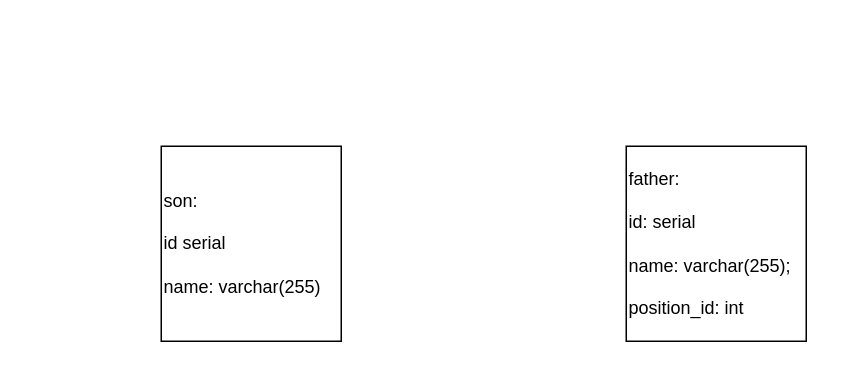
Earlier version of the draw.io diagram data/Diagram many-to-one.drawio (voldomarich/job4j_design). Source tidied: cells renumbered, new cells numbered last; positions are measured from the earlier drawing's top-left corner, leaving out a move shared by most shapes. Both pictures are drawn from the tidied source at 150%, with x=0, y=0 at pixel (160, 146).
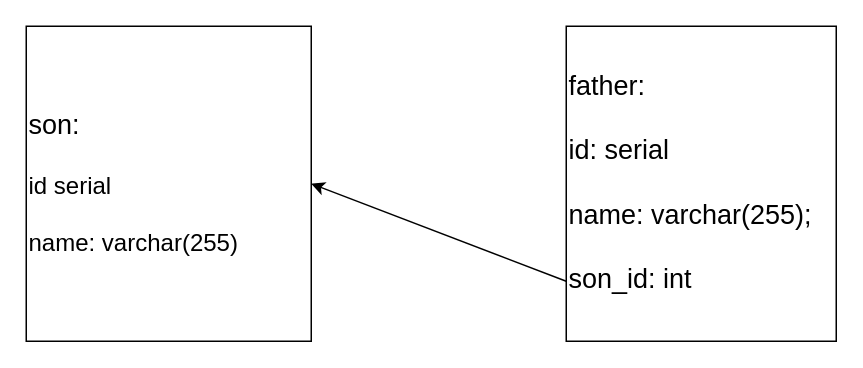
After the change.

Diff of the diagram source:
```diff
@@
 <mxGraphModel>
   <root>
     <mxCell id="0" />
     <mxCell id="1" parent="0" />
-    <mxCell id="2" value="&lt;div style=&quot;&quot;&gt;&lt;span style=&quot;background-color: initial;&quot;&gt;son:&lt;/span&gt;&lt;/div&gt;&lt;div style=&quot;&quot;&gt;&lt;span style=&quot;background-color: initial;&quot;&gt;&lt;br&gt;&lt;/span&gt;&lt;/div&gt;&lt;div style=&quot;&quot;&gt;&lt;span style=&quot;background-color: initial;&quot;&gt;id serial&lt;/span&gt;&lt;/div&gt;&lt;div style=&quot;&quot;&gt;&lt;span style=&quot;background-color: initial;&quot;&gt;&lt;br&gt;&lt;/span&gt;&lt;/div&gt;&lt;div style=&quot;&quot;&gt;&lt;span style=&quot;background-color: initial;&quot;&gt;name: varchar(255)&lt;/span&gt;&lt;/div&gt;" style="rounded=0;whiteSpace=wrap;html=1;align=left;" parent="1" vertex="1">
-      <mxGeometry width="120" height="130" as="geometry" />
+    <mxCell id="2" value="&lt;div style=&quot;&quot;&gt;&lt;span style=&quot;background-color: initial;&quot;&gt;&lt;font style=&quot;font-size: 18px;&quot;&gt;son:&lt;/font&gt;&lt;/span&gt;&lt;/div&gt;&lt;div style=&quot;&quot;&gt;&lt;span style=&quot;background-color: initial;&quot;&gt;&lt;font size=&quot;3&quot;&gt;&lt;br&gt;&lt;/font&gt;&lt;/span&gt;&lt;/div&gt;&lt;div style=&quot;&quot;&gt;&lt;span style=&quot;background-color: initial;&quot;&gt;&lt;font size=&quot;3&quot;&gt;id serial&lt;/font&gt;&lt;/span&gt;&lt;/div&gt;&lt;div style=&quot;&quot;&gt;&lt;span style=&quot;background-color: initial;&quot;&gt;&lt;font size=&quot;3&quot;&gt;&lt;br&gt;&lt;/font&gt;&lt;/span&gt;&lt;/div&gt;&lt;div style=&quot;&quot;&gt;&lt;span style=&quot;background-color: initial;&quot;&gt;&lt;font size=&quot;3&quot;&gt;name: varchar(255)&lt;/font&gt;&lt;/span&gt;&lt;/div&gt;" style="rounded=0;whiteSpace=wrap;html=1;align=left;" parent="1" vertex="1">
+      <mxGeometry x="-90" y="-80" width="190" height="210" as="geometry" />
     </mxCell>
-    <mxCell id="3" value="father:&lt;br&gt;&lt;br&gt;id: serial&lt;br&gt;&lt;br&gt;name: varchar(255);&lt;br&gt;&lt;br&gt;position_id: int" style="rounded=0;whiteSpace=wrap;html=1;align=left;" parent="1" vertex="1">
-      <mxGeometry x="310" width="120" height="130" as="geometry" />
+    <mxCell id="3" value="&lt;font style=&quot;font-size: 18px;&quot;&gt;father:&lt;br&gt;&lt;br&gt;id: serial&lt;br&gt;&lt;br&gt;name: varchar(255);&lt;br&gt;&lt;br&gt;son_id: int&lt;/font&gt;" style="rounded=0;whiteSpace=wrap;html=1;align=left;" parent="1" vertex="1">
+      <mxGeometry x="270" y="-80" width="180" height="210" as="geometry" />
     </mxCell>
+    <mxCell id="4" style="endArrow=classic;html=1;rounded=0;fontSize=18;entryX=1;entryY=0.5;entryDx=0;entryDy=0;" parent="1" edge="1" target="2">
+      <mxGeometry relative="1" as="geometry">
+        <mxPoint x="270" y="90" as="sourcePoint" />
+      </mxGeometry>
+    </mxCell>
   </root>
 </mxGraphModel>
```
